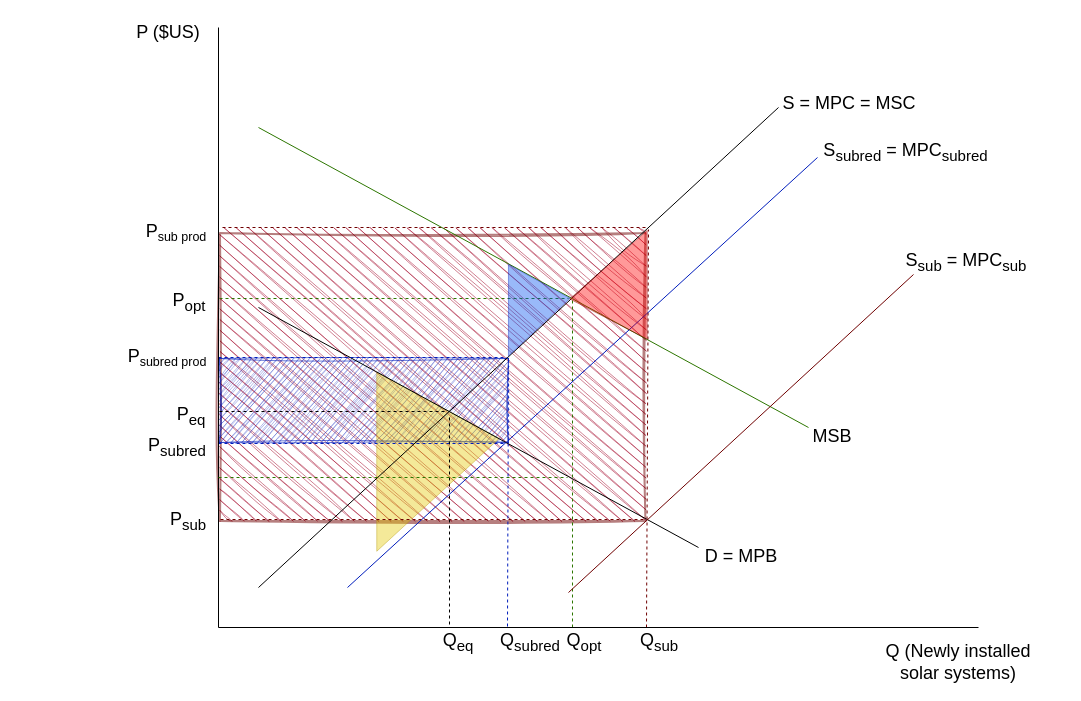
Above: Diagramma bez .drawio in MareksNo/Chat-Application (draw.io), before the change. Source tidied: cells renumbered, new cells numbered last; positions are measured from the earlier drawing's top-left corner, leaving out a move shared by most shapes. Both pictures are drawn from the tidied source at 100%, with x=0, y=0 at pixel (17, 17).
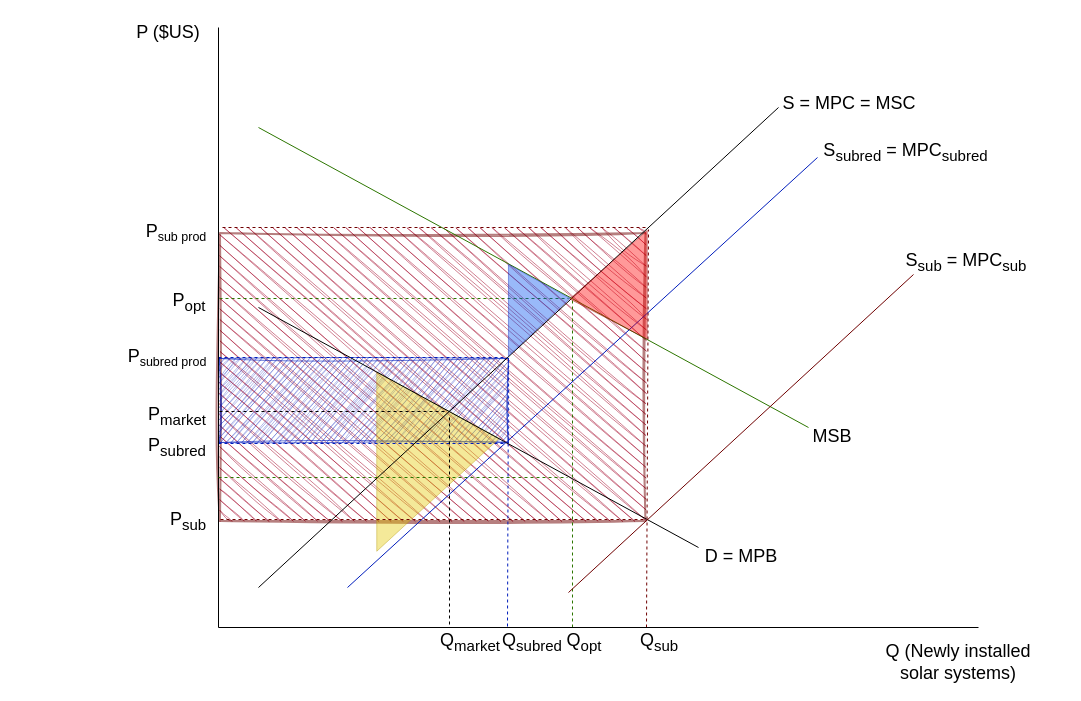
After the change.

Change to the diagram source:
```diff
@@
-    <mxCell id="29" value="&lt;span style=&quot;font-size: 18px;&quot;&gt;P&lt;sub&gt;eq&lt;/sub&gt;&lt;/span&gt;" style="text;html=1;strokeColor=none;fillColor=none;align=center;verticalAlign=middle;whiteSpace=wrap;rounded=0;fontColor=#000000;" parent="1" vertex="1">
-      <mxGeometry x="134" y="384" width="80" height="30" as="geometry" />
+    <mxCell id="29" value="&lt;span style=&quot;font-size: 18px;&quot;&gt;P&lt;sub&gt;market&lt;/sub&gt;&lt;/span&gt;" style="text;html=1;strokeColor=none;fillColor=none;align=center;verticalAlign=middle;whiteSpace=wrap;rounded=0;fontColor=#000000;" parent="1" vertex="1">
+      <mxGeometry x="120" y="384" width="80" height="30" as="geometry" />
     </mxCell>
-    <mxCell id="30" value="&lt;span style=&quot;font-size: 18px;&quot;&gt;Q&lt;sub&gt;eq&lt;/sub&gt;&lt;/span&gt;" style="text;html=1;strokeColor=none;fillColor=none;align=center;verticalAlign=middle;whiteSpace=wrap;rounded=0;fontColor=#000000;" parent="1" vertex="1">
-      <mxGeometry x="401" y="610" width="80" height="30" as="geometry" />
+    <mxCell id="30" value="&lt;span style=&quot;font-size: 18px;&quot;&gt;Q&lt;sub&gt;market&lt;/sub&gt;&lt;/span&gt;" style="text;html=1;strokeColor=none;fillColor=none;align=center;verticalAlign=middle;whiteSpace=wrap;rounded=0;fontColor=#000000;" parent="1" vertex="1">
+      <mxGeometry x="413" y="610" width="80" height="30" as="geometry" />
     </mxCell>
     <mxCell id="31" value="&lt;span style=&quot;font-size: 18px;&quot;&gt;Q&lt;sub&gt;subred&lt;/sub&gt;&lt;/span&gt;" style="text;html=1;strokeColor=none;fillColor=none;align=center;verticalAlign=middle;whiteSpace=wrap;rounded=0;fontColor=#000000;" parent="1" vertex="1">
-      <mxGeometry x="473" y="610" width="80" height="30" as="geometry" />
+      <mxGeometry x="475" y="610" width="80" height="30" as="geometry" />
     </mxCell>
```
